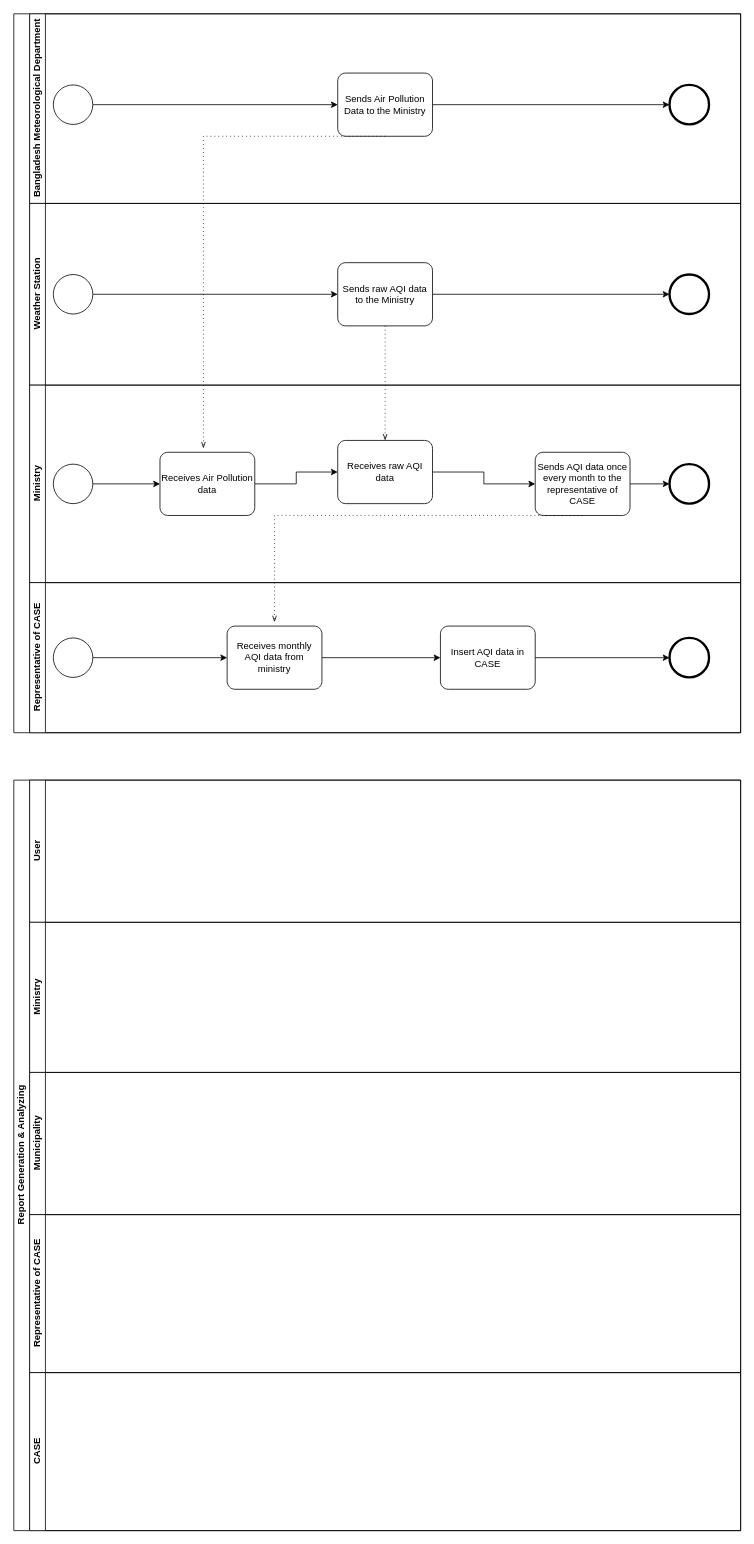
Above: BusinessProcessModelling (AS IS).drawio in toushifhossain1/AirQualityMonitoringOfBangladesh (draw.io), before the change. Source tidied: cells renumbered, new cells numbered last; positions are measured from the earlier drawing's top-left corner, leaving out a move shared by most shapes. Both pictures are drawn from the tidied source at 79%, with x=0, y=0 at pixel (13, 13).
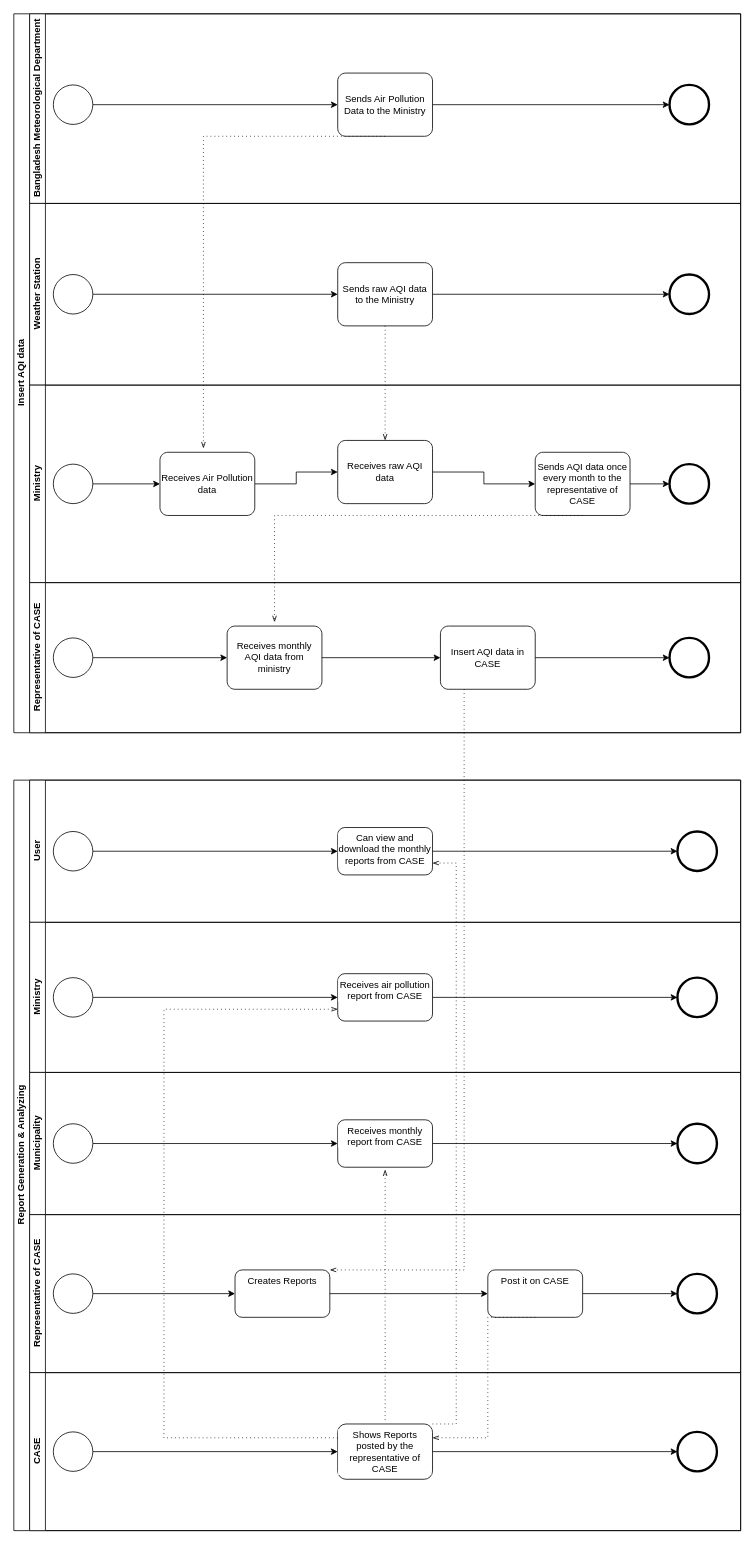
The same page after the edit.

The change refers to these unchanged cells:
```xml
<mxCell id="32" value="Insert AQI data in CASE" style="points=[[0.25,0,0],[0.5,0,0],[0.75,0,0],[1,0.25,0],[1,0.5,0],[1,0.75,0],[0.75,1,0],[0.5,1,0],[0.25,1,0],[0,0.75,0],[0,0.5,0],[0,0.25,0]];shape=mxgraph.bpmn.task;whiteSpace=wrap;rectStyle=rounded;size=10;taskMarker=abstract;" parent="27" vertex="1">
  <mxGeometry x="520" y="55" width="120" height="80" as="geometry" />
</mxCell>
<mxCell id="36" value="Report Generation &amp;amp; Analyzing&lt;br&gt;" style="swimlane;html=1;horizontal=0;startSize=20;" parent="1" vertex="1">
  <mxGeometry y="970" width="920" height="950" as="geometry" />
</mxCell>
<mxCell id="37" value="User" style="swimlane;html=1;startSize=20;horizontal=0;" parent="36" vertex="1">
  <mxGeometry x="20" width="900" height="180" as="geometry" />
</mxCell>
<mxCell id="38" value="Ministry" style="swimlane;html=1;startSize=20;horizontal=0;" parent="36" vertex="1">
  <mxGeometry x="20" y="180" width="900" height="190" as="geometry" />
</mxCell>
<mxCell id="39" value="Municipality" style="swimlane;html=1;startSize=20;horizontal=0;" parent="36" vertex="1">
  <mxGeometry x="20" y="370" width="900" height="180" as="geometry" />
</mxCell>
<mxCell id="40" value="Representative of CASE" style="swimlane;html=1;startSize=20;horizontal=0;" parent="36" vertex="1">
  <mxGeometry x="20" y="550" width="900" height="200" as="geometry" />
</mxCell>
<mxCell id="41" value="CASE" style="swimlane;html=1;startSize=20;horizontal=0;" parent="36" vertex="1">
  <mxGeometry x="20" y="750" width="900" height="200" as="geometry" />
</mxCell>
```

Diff of the diagram source:
```diff
@@
-    <mxCell id="2" style="swimlane;html=1;horizontal=0;startSize=20;" parent="1" vertex="1">
+    <mxCell id="2" value="Insert AQI data&lt;br&gt;" style="swimlane;html=1;horizontal=0;startSize=20;" parent="1" vertex="1">
       <mxGeometry width="920" height="910" as="geometry" />
     </mxCell>
@@
+    <mxCell id="42" style="edgeStyle=orthogonalEdgeStyle;rounded=0;jettySize=auto;html=1;" parent="37" edge="1" source="43" target="45">
+      <mxGeometry relative="1" as="geometry" />
+    </mxCell>
+    <mxCell id="43" style="points=[[0.145,0.145,0],[0.5,0,0],[0.855,0.145,0],[1,0.5,0],[0.855,0.855,0],[0.5,1,0],[0.145,0.855,0],[0,0.5,0]];shape=mxgraph.bpmn.event;html=1;verticalLabelPosition=bottom;labelBackgroundColor=#ffffff;verticalAlign=top;align=center;perimeter=ellipsePerimeter;outlineConnect=0;outline=standard;symbol=general;" parent="37" vertex="1">
+      <mxGeometry x="30" y="65" width="50" height="50" as="geometry" />
+    </mxCell>
+    <mxCell id="44" style="edgeStyle=orthogonalEdgeStyle;rounded=0;jettySize=auto;html=1;" parent="37" edge="1" source="45" target="46">
+      <mxGeometry relative="1" as="geometry" />
+    </mxCell>
+    <mxCell id="45" value="Can view and download the monthly reports from CASE" style="rounded=1;whiteSpace=wrap;html=1;verticalAlign=top;labelBackgroundColor=#ffffff;" parent="37" vertex="1">
+      <mxGeometry x="390" y="60" width="120" height="60" as="geometry" />
+    </mxCell>
+    <mxCell id="46" style="points=[[0.145,0.145,0],[0.5,0,0],[0.855,0.145,0],[1,0.5,0],[0.855,0.855,0],[0.5,1,0],[0.145,0.855,0],[0,0.5,0]];shape=mxgraph.bpmn.event;html=1;verticalLabelPosition=bottom;labelBackgroundColor=#ffffff;verticalAlign=top;align=center;perimeter=ellipsePerimeter;outlineConnect=0;outline=end;symbol=terminate2;" parent="37" vertex="1">
+      <mxGeometry x="820" y="65" width="50" height="50" as="geometry" />
+    </mxCell>
@@
+    <mxCell id="47" style="edgeStyle=orthogonalEdgeStyle;rounded=0;jettySize=auto;html=1;" parent="38" edge="1" source="48" target="50">
+      <mxGeometry relative="1" as="geometry" />
+    </mxCell>
+    <mxCell id="48" style="points=[[0.145,0.145,0],[0.5,0,0],[0.855,0.145,0],[1,0.5,0],[0.855,0.855,0],[0.5,1,0],[0.145,0.855,0],[0,0.5,0]];shape=mxgraph.bpmn.event;html=1;verticalLabelPosition=bottom;labelBackgroundColor=#ffffff;verticalAlign=top;align=center;perimeter=ellipsePerimeter;outlineConnect=0;outline=standard;symbol=general;" parent="38" vertex="1">
+      <mxGeometry x="30" y="70" width="50" height="50" as="geometry" />
+    </mxCell>
+    <mxCell id="49" style="edgeStyle=orthogonalEdgeStyle;rounded=0;jettySize=auto;html=1;" parent="38" edge="1" source="50" target="51">
+      <mxGeometry relative="1" as="geometry" />
+    </mxCell>
+    <mxCell id="50" value="Receives air pollution report from CASE" style="rounded=1;whiteSpace=wrap;html=1;verticalAlign=top;labelBackgroundColor=#ffffff;" parent="38" vertex="1">
+      <mxGeometry x="390" y="65" width="120" height="60" as="geometry" />
+    </mxCell>
+    <mxCell id="51" style="points=[[0.145,0.145,0],[0.5,0,0],[0.855,0.145,0],[1,0.5,0],[0.855,0.855,0],[0.5,1,0],[0.145,0.855,0],[0,0.5,0]];shape=mxgraph.bpmn.event;html=1;verticalLabelPosition=bottom;labelBackgroundColor=#ffffff;verticalAlign=top;align=center;perimeter=ellipsePerimeter;outlineConnect=0;outline=end;symbol=terminate2;" parent="38" vertex="1">
+      <mxGeometry x="820" y="70" width="50" height="50" as="geometry" />
+    </mxCell>
@@
+    <mxCell id="52" style="edgeStyle=orthogonalEdgeStyle;rounded=0;jettySize=auto;html=1;" parent="39" edge="1" source="53" target="55">
+      <mxGeometry relative="1" as="geometry" />
+    </mxCell>
+    <mxCell id="53" style="points=[[0.145,0.145,0],[0.5,0,0],[0.855,0.145,0],[1,0.5,0],[0.855,0.855,0],[0.5,1,0],[0.145,0.855,0],[0,0.5,0]];shape=mxgraph.bpmn.event;html=1;verticalLabelPosition=bottom;labelBackgroundColor=#ffffff;verticalAlign=top;align=center;perimeter=ellipsePerimeter;outlineConnect=0;outline=standard;symbol=general;" parent="39" vertex="1">
+      <mxGeometry x="30" y="65" width="50" height="50" as="geometry" />
+    </mxCell>
+    <mxCell id="54" style="edgeStyle=orthogonalEdgeStyle;rounded=0;jettySize=auto;html=1;" parent="39" edge="1" source="55" target="56">
+      <mxGeometry relative="1" as="geometry" />
+    </mxCell>
+    <mxCell id="55" value="Receives monthly report from CASE" style="rounded=1;whiteSpace=wrap;html=1;verticalAlign=top;labelBackgroundColor=#ffffff;" parent="39" vertex="1">
+      <mxGeometry x="390" y="60" width="120" height="60" as="geometry" />
+    </mxCell>
+    <mxCell id="56" style="points=[[0.145,0.145,0],[0.5,0,0],[0.855,0.145,0],[1,0.5,0],[0.855,0.855,0],[0.5,1,0],[0.145,0.855,0],[0,0.5,0]];shape=mxgraph.bpmn.event;html=1;verticalLabelPosition=bottom;labelBackgroundColor=#ffffff;verticalAlign=top;align=center;perimeter=ellipsePerimeter;outlineConnect=0;outline=end;symbol=terminate2;" parent="39" vertex="1">
+      <mxGeometry x="820" y="65" width="50" height="50" as="geometry" />
+    </mxCell>
@@
+    <mxCell id="57" style="edgeStyle=orthogonalEdgeStyle;rounded=0;jettySize=auto;html=1;" parent="40" edge="1" source="58" target="60">
+      <mxGeometry relative="1" as="geometry" />
+    </mxCell>
+    <mxCell id="58" style="points=[[0.145,0.145,0],[0.5,0,0],[0.855,0.145,0],[1,0.5,0],[0.855,0.855,0],[0.5,1,0],[0.145,0.855,0],[0,0.5,0]];shape=mxgraph.bpmn.event;html=1;verticalLabelPosition=bottom;labelBackgroundColor=#ffffff;verticalAlign=top;align=center;perimeter=ellipsePerimeter;outlineConnect=0;outline=standard;symbol=general;" parent="40" vertex="1">
+      <mxGeometry x="30" y="75" width="50" height="50" as="geometry" />
+    </mxCell>
+    <mxCell id="59" style="edgeStyle=orthogonalEdgeStyle;rounded=0;jettySize=auto;html=1;" parent="40" edge="1" source="60" target="62">
+      <mxGeometry relative="1" as="geometry" />
+    </mxCell>
+    <mxCell id="60" value="Creates Reports" style="rounded=1;whiteSpace=wrap;html=1;verticalAlign=top;labelBackgroundColor=#ffffff;" parent="40" vertex="1">
+      <mxGeometry x="260" y="70" width="120" height="60" as="geometry" />
+    </mxCell>
+    <mxCell id="61" style="edgeStyle=orthogonalEdgeStyle;rounded=0;jettySize=auto;html=1;" parent="40" edge="1" source="62" target="63">
+      <mxGeometry relative="1" as="geometry" />
+    </mxCell>
+    <mxCell id="62" value="Post it on CASE" style="rounded=1;whiteSpace=wrap;html=1;verticalAlign=top;labelBackgroundColor=#ffffff;" parent="40" vertex="1">
+      <mxGeometry x="580" y="70" width="120" height="60" as="geometry" />
+    </mxCell>
+    <mxCell id="63" style="points=[[0.145,0.145,0],[0.5,0,0],[0.855,0.145,0],[1,0.5,0],[0.855,0.855,0],[0.5,1,0],[0.145,0.855,0],[0,0.5,0]];shape=mxgraph.bpmn.event;html=1;verticalLabelPosition=bottom;labelBackgroundColor=#ffffff;verticalAlign=top;align=center;perimeter=ellipsePerimeter;outlineConnect=0;outline=end;symbol=terminate2;" parent="40" vertex="1">
+      <mxGeometry x="820" y="75" width="50" height="50" as="geometry" />
+    </mxCell>
+    <mxCell id="64" style="edgeStyle=elbowEdgeStyle;fontSize=12;html=1;endFill=0;startFill=0;endSize=6;startSize=6;dashed=1;dashPattern=1 4;endArrow=openThin;startArrow=none;rounded=0;" parent="40" edge="1">
+      <mxGeometry relative="1" as="geometry">
+        <mxPoint x="450" y="260" as="sourcePoint" />
+        <mxPoint x="450" y="-57" as="targetPoint" />
+        <Array as="points">
+          <mxPoint x="450" y="30" />
+        </Array>
+      </mxGeometry>
+    </mxCell>
@@
+    <mxCell id="65" style="edgeStyle=orthogonalEdgeStyle;rounded=0;jettySize=auto;html=1;" parent="41" edge="1" source="66" target="68">
+      <mxGeometry relative="1" as="geometry" />
+    </mxCell>
+    <mxCell id="66" style="points=[[0.145,0.145,0],[0.5,0,0],[0.855,0.145,0],[1,0.5,0],[0.855,0.855,0],[0.5,1,0],[0.145,0.855,0],[0,0.5,0]];shape=mxgraph.bpmn.event;html=1;verticalLabelPosition=bottom;labelBackgroundColor=#ffffff;verticalAlign=top;align=center;perimeter=ellipsePerimeter;outlineConnect=0;outline=standard;symbol=general;" parent="41" vertex="1">
+      <mxGeometry x="30" y="75" width="50" height="50" as="geometry" />
+    </mxCell>
+    <mxCell id="67" style="edgeStyle=orthogonalEdgeStyle;rounded=0;jettySize=auto;html=1;" parent="41" edge="1" source="68" target="69">
+      <mxGeometry relative="1" as="geometry" />
+    </mxCell>
+    <mxCell id="68" value="Shows Reports posted by the representative of CASE" style="rounded=1;whiteSpace=wrap;html=1;verticalAlign=top;labelBackgroundColor=#ffffff;" parent="41" vertex="1">
+      <mxGeometry x="390" y="65" width="120" height="70" as="geometry" />
+    </mxCell>
+    <mxCell id="69" style="points=[[0.145,0.145,0],[0.5,0,0],[0.855,0.145,0],[1,0.5,0],[0.855,0.855,0],[0.5,1,0],[0.145,0.855,0],[0,0.5,0]];shape=mxgraph.bpmn.event;html=1;verticalLabelPosition=bottom;labelBackgroundColor=#ffffff;verticalAlign=top;align=center;perimeter=ellipsePerimeter;outlineConnect=0;outline=end;symbol=terminate2;" parent="41" vertex="1">
+      <mxGeometry x="820" y="75" width="50" height="50" as="geometry" />
+    </mxCell>
+    <mxCell id="70" style="edgeStyle=elbowEdgeStyle;fontSize=12;html=1;endFill=0;startFill=0;endSize=6;startSize=6;dashed=1;dashPattern=1 4;endArrow=openThin;startArrow=none;rounded=0;entryX=1;entryY=0.25;entryDx=0;entryDy=0;exitX=0.5;exitY=1;exitDx=0;exitDy=0;" parent="36" edge="1" source="62" target="68">
+      <mxGeometry relative="1" as="geometry">
+        <Array as="points">
+          <mxPoint x="600" y="810" />
+        </Array>
+      </mxGeometry>
+    </mxCell>
+    <mxCell id="71" style="edgeStyle=elbowEdgeStyle;fontSize=12;html=1;endFill=0;startFill=0;endSize=6;startSize=6;dashed=1;dashPattern=1 4;endArrow=openThin;startArrow=none;rounded=0;exitX=0;exitY=0.25;exitDx=0;exitDy=0;entryX=0;entryY=0.75;entryDx=0;entryDy=0;" parent="36" edge="1" source="68" target="50">
+      <mxGeometry relative="1" as="geometry">
+        <Array as="points">
+          <mxPoint x="190" y="500" />
+        </Array>
+      </mxGeometry>
+    </mxCell>
+    <mxCell id="72" style="edgeStyle=elbowEdgeStyle;fontSize=12;html=1;endFill=0;startFill=0;endSize=6;startSize=6;dashed=1;dashPattern=1 4;endArrow=openThin;startArrow=none;rounded=0;entryX=1;entryY=0.75;entryDx=0;entryDy=0;exitX=1;exitY=0;exitDx=0;exitDy=0;" parent="36" edge="1" source="68" target="45">
+      <mxGeometry relative="1" as="geometry">
+        <Array as="points">
+          <mxPoint x="560" y="460" />
+        </Array>
+      </mxGeometry>
+    </mxCell>
+    <mxCell id="73" style="edgeStyle=elbowEdgeStyle;fontSize=12;html=1;endFill=0;startFill=0;endSize=6;startSize=6;dashed=1;dashPattern=1 4;endArrow=openThin;startArrow=none;rounded=0;exitX=0.25;exitY=1;exitDx=0;exitDy=0;exitPerimeter=0;entryX=1;entryY=0;entryDx=0;entryDy=0;" parent="1" edge="1" source="32" target="60">
+      <mxGeometry relative="1" as="geometry">
+        <Array as="points">
+          <mxPoint x="570" y="1210" />
+        </Array>
+      </mxGeometry>
+    </mxCell>
```
